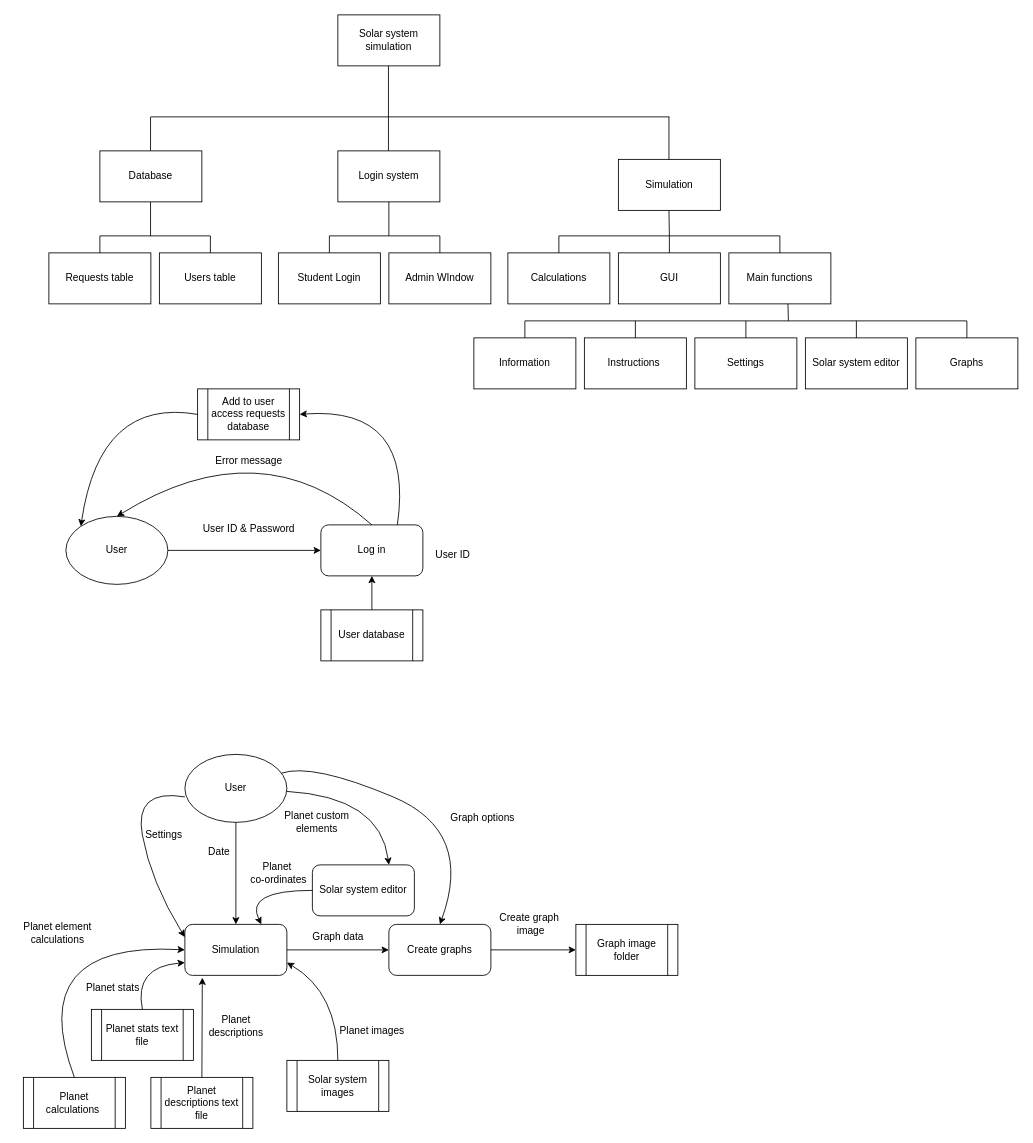
Above: Untitled Diagram.drawio in Qaim0/CS_Project1 (draw.io), before the change. Source tidied: cells renumbered, new cells numbered last; positions are measured from the earlier drawing's top-left corner, leaving out a move shared by most shapes. Both pictures are drawn from the tidied source at 85%, with x=0, y=0 at pixel (14, 14).
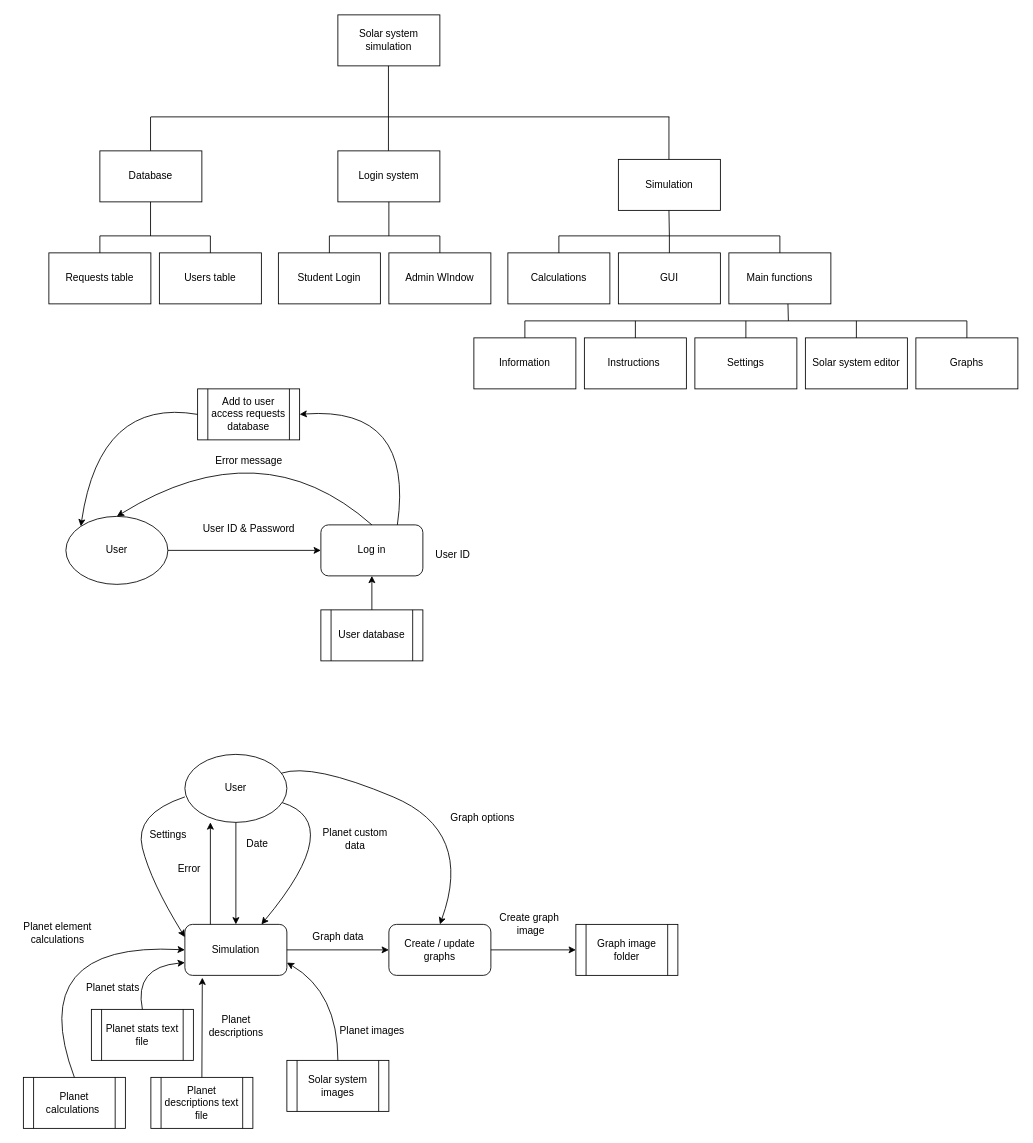
After the change.

The change refers to these unchanged cells:
```xml
<mxCell id="51" value="User" style="ellipse;whiteSpace=wrap;html=1;" parent="1" vertex="1">
  <mxGeometry x="200" y="870" width="120" height="80" as="geometry" />
</mxCell>
<mxCell id="52" value="Simulation" style="rounded=1;whiteSpace=wrap;html=1;" parent="1" vertex="1">
  <mxGeometry x="200" y="1070" width="120" height="60" as="geometry" />
</mxCell>
```

Change to the diagram source:
```diff
@@
-    <mxCell id="56" value="Solar system editor" style="rounded=1;whiteSpace=wrap;html=1;" parent="1" vertex="1">
-      <mxGeometry x="350" y="1000" width="120" height="60" as="geometry" />
-    </mxCell>
-    <mxCell id="57" value="Create graphs" style="rounded=1;whiteSpace=wrap;html=1;" parent="1" vertex="1">
+    <mxCell id="57" value="Create / update graphs" style="rounded=1;whiteSpace=wrap;html=1;" parent="1" vertex="1">
       <mxGeometry x="440" y="1070" width="120" height="60" as="geometry" />
     </mxCell>
@@
-    <mxCell id="59" style="curved=1;endArrow=classic;html=1;rounded=0;entryX=0.75;entryY=0;entryDx=0;entryDy=0;" parent="1" edge="1" source="51" target="56">
+    <mxCell id="59" style="curved=1;endArrow=classic;html=1;rounded=0;entryX=0.75;entryY=0;entryDx=0;entryDy=0;" parent="1" edge="1" source="51" target="52">
       <mxGeometry relative="1" as="geometry">
         <Array as="points">
-          <mxPoint x="430" y="920" />
+          <mxPoint x="390" y="950" />
         </Array>
       </mxGeometry>
     </mxCell>
     <mxCell id="60" value="Date" style="text;html=1;align=center;verticalAlign=middle;strokeColor=none;fillColor=none;" parent="1" vertex="1">
-      <mxGeometry x="215" y="970" width="50" height="30" as="geometry" />
+      <mxGeometry x="260" y="960" width="50" height="30" as="geometry" />
     </mxCell>
-    <mxCell id="61" value="Planet custom &lt;br&gt;elements" style="text;html=1;align=center;verticalAlign=middle;strokeColor=none;fillColor=none;" parent="1" vertex="1">
-      <mxGeometry x="305" y="930" width="100" height="40" as="geometry" />
+    <mxCell id="61" value="Planet custom &lt;br&gt;data" style="text;html=1;align=center;verticalAlign=middle;strokeColor=none;fillColor=none;" parent="1" vertex="1">
+      <mxGeometry x="350" y="950" width="100" height="40" as="geometry" />
     </mxCell>
@@
     <mxCell id="63" style="curved=1;endArrow=classic;html=1;rounded=0;entryX=0;entryY=0.25;entryDx=0;entryDy=0;" parent="1" edge="1" target="52">
       <mxGeometry relative="1" as="geometry">
         <mxPoint x="200" y="920" as="sourcePoint" />
         <Array as="points">
-          <mxPoint x="140" y="910" />
+          <mxPoint x="140" y="940" />
           <mxPoint x="160" y="1020" />
         </Array>
       </mxGeometry>
     </mxCell>
     <mxCell id="64" value="Settings" style="text;html=1;align=center;verticalAlign=middle;strokeColor=none;fillColor=none;" parent="1" vertex="1">
-      <mxGeometry x="140" y="950" width="70" height="30" as="geometry" />
+      <mxGeometry x="145" y="950" width="70" height="30" as="geometry" />
     </mxCell>
@@
-    <mxCell id="75" style="curved=1;endArrow=classic;html=1;rounded=0;exitX=0;exitY=0.5;exitDx=0;exitDy=0;entryX=0.75;entryY=0;entryDx=0;entryDy=0;" parent="1" edge="1" source="56" target="52">
-      <mxGeometry relative="1" as="geometry">
-        <Array as="points">
-          <mxPoint x="270" y="1030" />
-        </Array>
-      </mxGeometry>
-    </mxCell>
-    <mxCell id="76" value="Planet&amp;nbsp;&lt;br&gt;co-ordinates" style="text;html=1;align=center;verticalAlign=middle;strokeColor=none;fillColor=none;" parent="1" vertex="1">
-      <mxGeometry x="265" y="990" width="90" height="40" as="geometry" />
-    </mxCell>
@@
+    <mxCell id="86" style="endArrow=classic;html=1;rounded=0;entryX=0.25;entryY=1;entryDx=0;entryDy=0;entryPerimeter=0;" parent="1" edge="1" target="51">
+      <mxGeometry relative="1" as="geometry">
+        <mxPoint x="230" y="1070" as="sourcePoint" />
+      </mxGeometry>
+    </mxCell>
+    <mxCell id="87" value="Error" style="text;html=1;align=center;verticalAlign=middle;strokeColor=none;fillColor=none;" parent="1" vertex="1">
+      <mxGeometry x="180" y="990" width="50" height="30" as="geometry" />
+    </mxCell>
```
